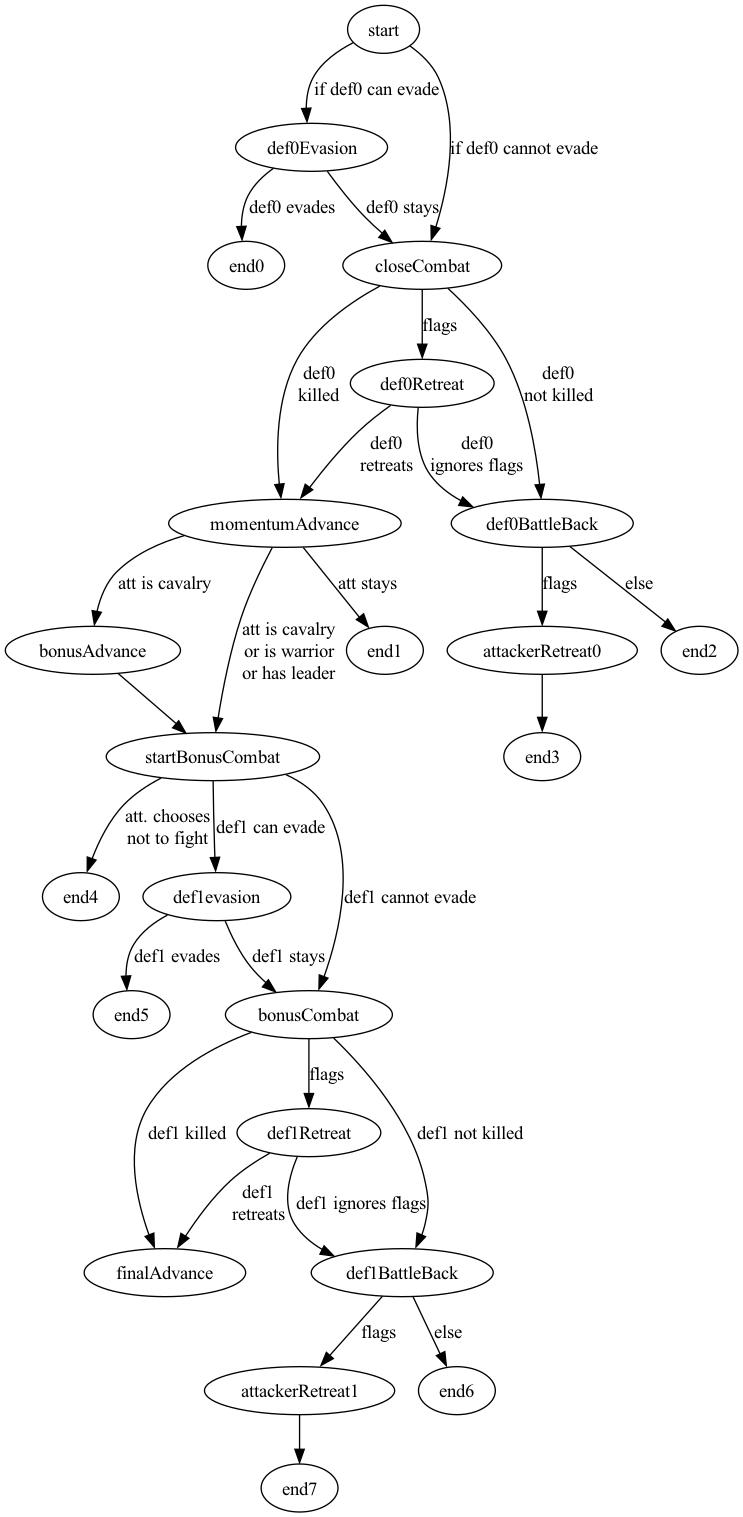
Before: doc/close-combat.dot.png, a diagram exported from Graphviz (xpmatteo/auto-cca). Its source is kept beside it as doc/close-combat.dot.
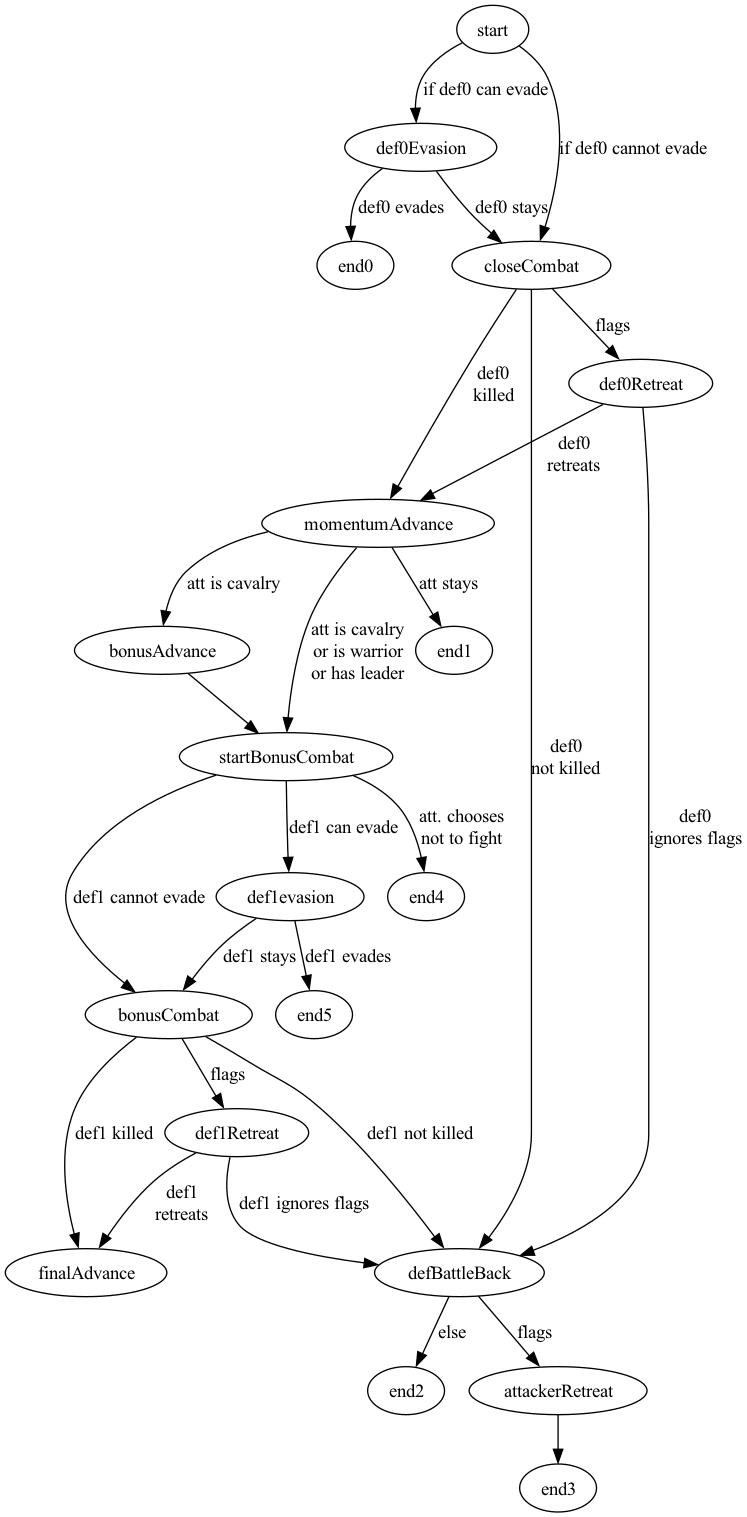
The same diagram one commit later.

Commit message:
Improve cc state diagram -- battle back is same for both 1st attack and bonus attack

Change to the diagram source:
```diff
@@ -4,7 +4,7 @@
 
   closeCombat -> momentumAdvance  [label="def0\nkilled"]
   closeCombat -> def0Retreat [label="flags"]
-  closeCombat -> def0BattleBack [label="def0\nnot killed"]
+  closeCombat -> defBattleBack [label="def0\nnot killed"]
 
   def0Evasion -> end0 [label="def0 evades"]
   def0Evasion -> closeCombat [label="def0 stays"]
@@ -12,15 +12,16 @@
   momentumAdvance -> startBonusCombat [label="att is cavalry\nor is warrior\nor has leader"]
   momentumAdvance -> end1 [label="att stays"]
   momentumAdvance -> bonusAdvance [label="att is cavalry"]
+
   bonusAdvance -> startBonusCombat
 
+  def0Retreat -> defBattleBack [label="def0\nignores flags"]
   def0Retreat -> momentumAdvance [label="def0\nretreats"]
-  def0Retreat -> def0BattleBack [label="def0\nignores flags"]
 
-  def0BattleBack -> end2 [label="else"]
-  def0BattleBack -> attackerRetreat0 [label="flags"]
+  defBattleBack -> end2 [label="else"]
+  defBattleBack -> attackerRetreat [label="flags"]
 
-  attackerRetreat0 -> end3
+  attackerRetreat -> end3
 
   startBonusCombat -> end4 [label="att. chooses\nnot to fight"]
   startBonusCombat -> def1evasion [label="def1 can evade"]
@@ -28,16 +29,11 @@
 
   bonusCombat -> finalAdvance  [label="def1 killed"]
   bonusCombat -> def1Retreat [label="flags"]
-  bonusCombat -> def1BattleBack [label="def1 not killed"]
+  bonusCombat -> defBattleBack [label="def1 not killed"]
 
   def1evasion -> end5 [label="def1 evades"]
   def1evasion -> bonusCombat  [label="def1 stays"]
 
   def1Retreat -> finalAdvance [label="def1\nretreats"]
-  def1Retreat -> def1BattleBack [label="def1 ignores flags"]
-
-  def1BattleBack -> attackerRetreat1 [label="flags"]
-  def1BattleBack -> end6 [label="else"]
-
-  attackerRetreat1 -> end7
+  def1Retreat -> defBattleBack [label="def1 ignores flags"]
 }
```
